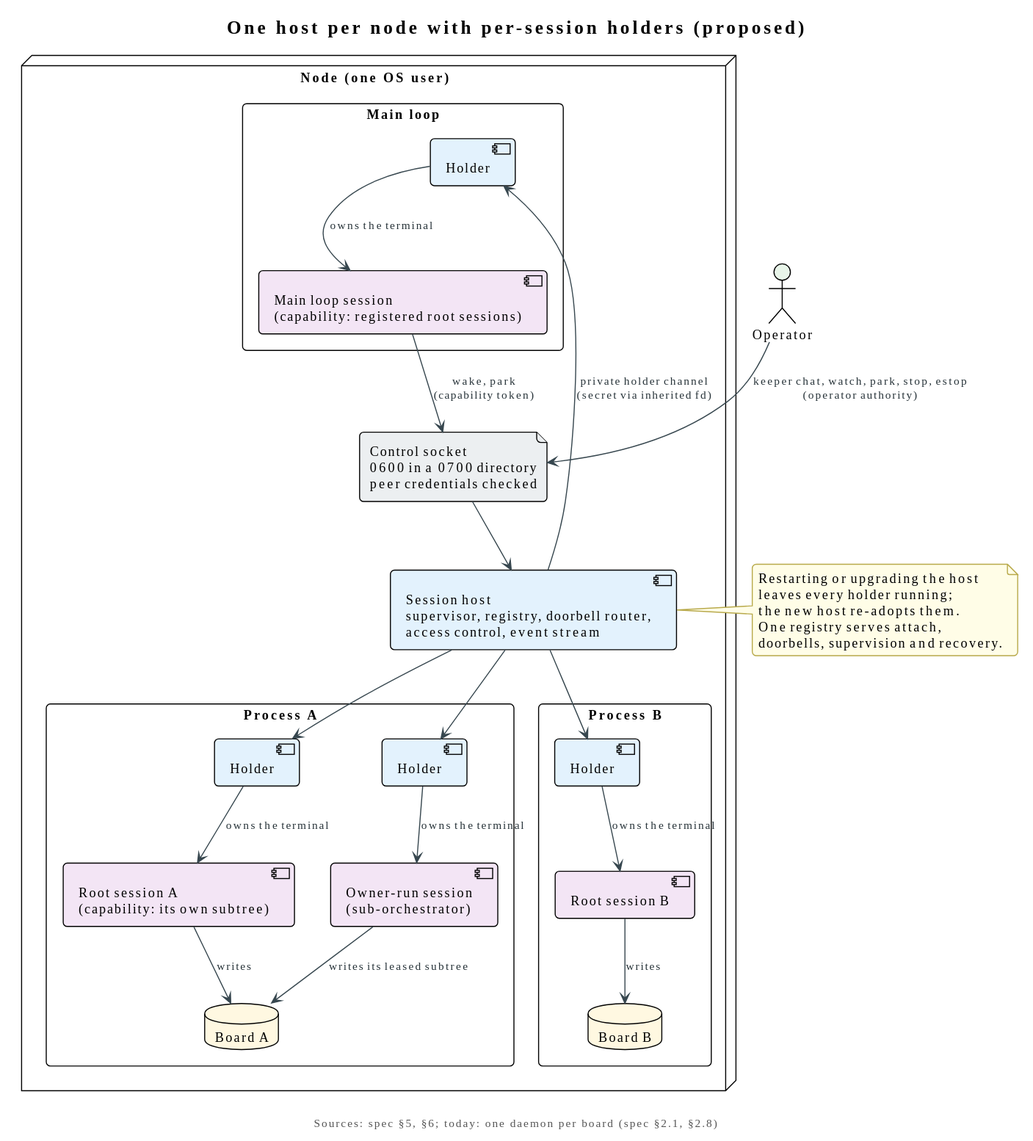
This is diagrams/artefacts/plantuml/one-host-per-node.svg from relux-works/agent-session-host, a PlantUML export, as it was before one commit.
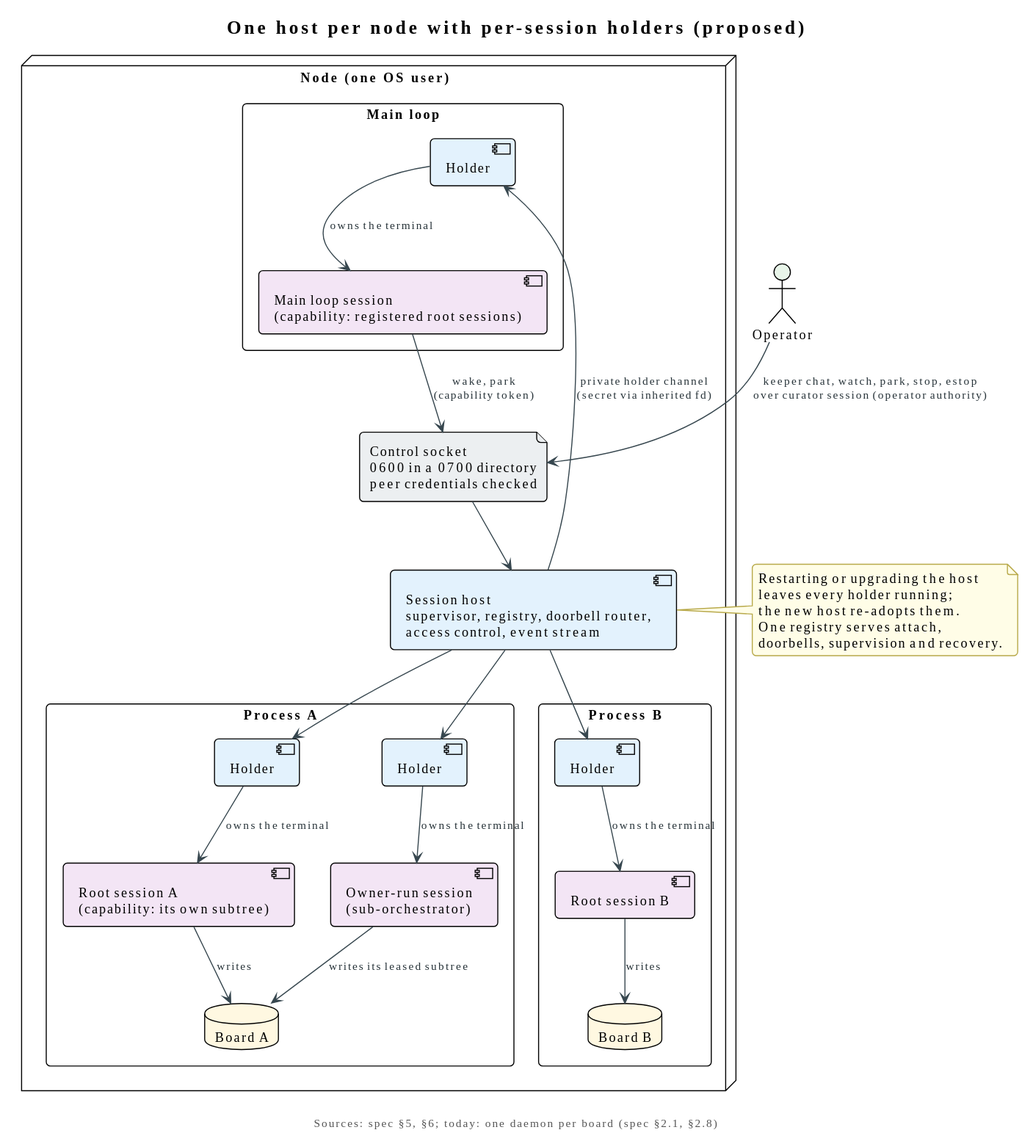
After the commit.

Commit message:
Session host v0.3: apply the adopted command-line shape

The edit, as a diff of the source:
```diff
@@ -27,7 +27,7 @@
   }
 }
 
-OP --> SOCK : keeper chat, watch, park, stop, estop\n(operator authority)
+OP --> SOCK : keeper chat, watch, park, stop, estop\nover curator session (operator authority)
 S0 --> SOCK : wake, park\n(capability token)
 SOCK --> HOST
 HOST --> H0 : private holder channel\n(secret via inherited fd)
```
